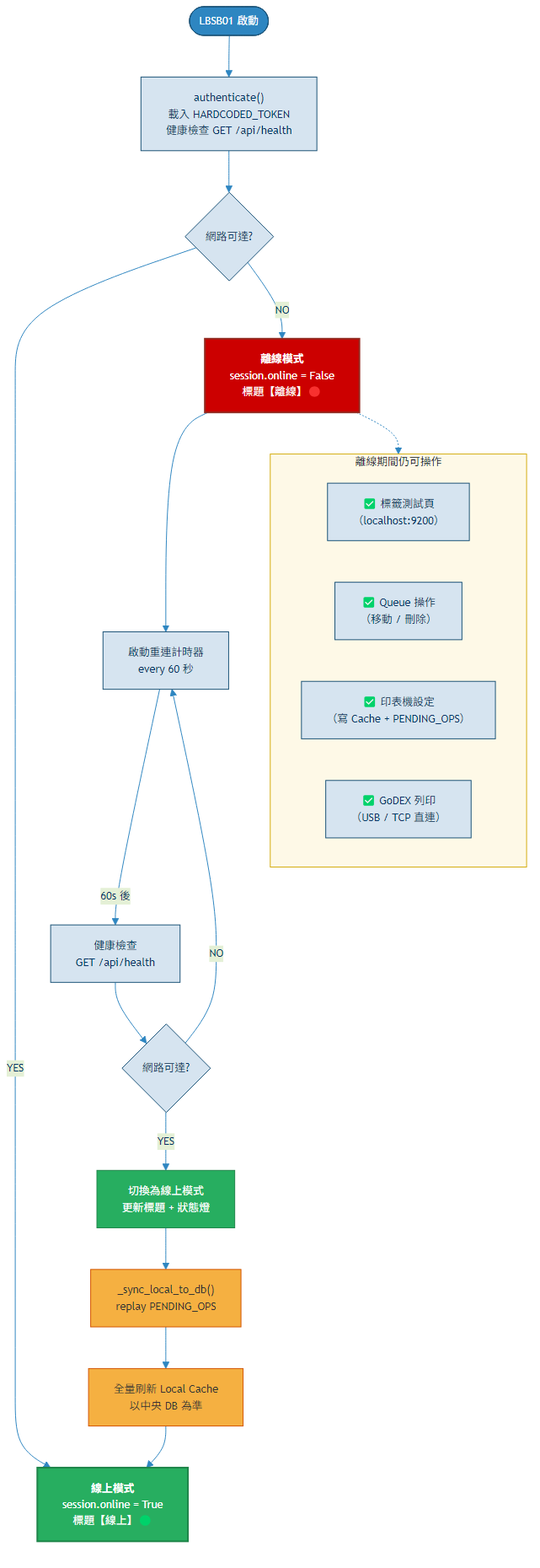
The Mermaid diagram docs/images/offline-reconnect.png in sti-fhb/LB_TBMS, before a commit. Its source is kept beside it as docs/images/offline-reconnect.mmd.
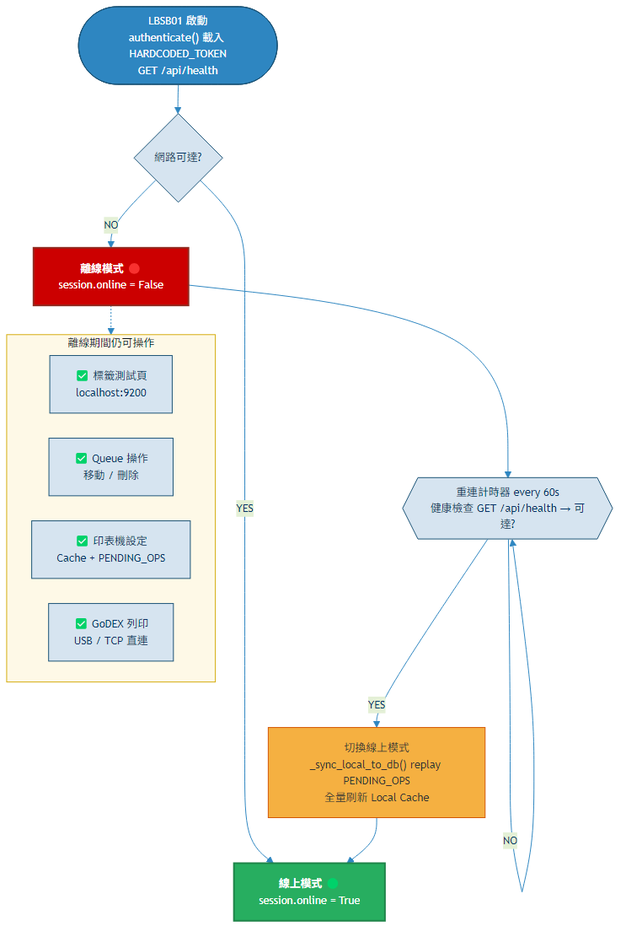
Above is the later version.

Commit message:
SPEC 變更：CP01/CP11/CP19 標籤移除部分 DATA 欄位 + offline-reconnect 改 A4

What changed in the source:
```diff
@@ -1,34 +1,27 @@
-%%{init: {'theme': 'base', 'themeVariables': {'primaryColor': '#D6E4F0', 'primaryTextColor': '#003366', 'primaryBorderColor': '#1A5276', 'lineColor': '#2E86C1', 'fontSize': '13px'}}}%%
+%%{init: {'theme': 'base', 'themeVariables': {'primaryColor': '#D6E4F0', 'primaryTextColor': '#003366', 'primaryBorderColor': '#1A5276', 'lineColor': '#2E86C1', 'fontSize': '13px'}, 'flowchart': {'nodeSpacing': 30, 'rankSpacing': 35}}}%%
 flowchart TB
-    START(["LBSB01 啟動"]) --> AUTH["authenticate()<br/>載入 HARDCODED_TOKEN<br/>健康檢查 GET /api/health"]
-    AUTH --> CHECK{網路可達?}
+    START(["LBSB01 啟動<br/>authenticate() 載入 HARDCODED_TOKEN<br/>GET /api/health"]) --> CHECK{網路可達?}
 
-    CHECK -->|YES| ONLINE["<b>線上模式</b><br/>session.online = True<br/>標題【線上】🟢"]
-    CHECK -->|NO| OFFLINE["<b>離線模式</b><br/>session.online = False<br/>標題【離線】🔴"]
+    CHECK -->|YES| ONLINE["<b>線上模式</b> 🟢<br/>session.online = True"]
+    CHECK -->|NO| OFFLINE["<b>離線模式</b> 🔴<br/>session.online = False"]
 
-    OFFLINE --> TIMER["啟動重連計時器<br/>every 60 秒"]
-    TIMER -->|"60s 後"| RETRY["健康檢查<br/>GET /api/health"]
-    RETRY --> RECHECK{網路可達?}
+    OFFLINE --> TIMER{{"重連計時器 every 60s<br/>健康檢查 GET /api/health → 可達?"}}
+    TIMER -->|NO| TIMER
+    TIMER -->|YES| SYNC["切換線上模式<br/>_sync_local_to_db() replay PENDING_OPS<br/>全量刷新 Local Cache"]
+    SYNC --> ONLINE
 
-    RECHECK -->|NO| TIMER
-    RECHECK -->|YES| SWITCH["切換為線上模式<br/>更新標題 + 狀態燈"]
-    SWITCH --> SYNC["_sync_local_to_db()<br/>replay PENDING_OPS"]
-    SYNC --> REFRESH["全量刷新 Local Cache<br/>以中央 DB 為準"]
-    REFRESH --> ONLINE
+    OFFLINE -.-> OPS
 
-    subgraph OFFLINE_OPS["離線期間仍可操作"]
-        OP1["✅ 標籤測試頁<br/>（localhost:9200）"]
-        OP2["✅ Queue 操作<br/>（移動 / 刪除）"]
-        OP3["✅ 印表機設定<br/>（寫 Cache + PENDING_OPS）"]
-        OP4["✅ GoDEX 列印<br/>（USB / TCP 直連）"]
+    subgraph OPS["離線期間仍可操作"]
+        direction LR
+        OP1["✅ 標籤測試頁<br/>localhost:9200"]
+        OP2["✅ Queue 操作<br/>移動 / 刪除"]
+        OP3["✅ 印表機設定<br/>Cache + PENDING_OPS"]
+        OP4["✅ GoDEX 列印<br/>USB / TCP 直連"]
     end
-
-    OFFLINE -.-> OFFLINE_OPS
 
     style START fill:#2E86C1,stroke:#1A5276,color:#FFF
     style ONLINE fill:#27AE60,stroke:#1E8449,color:#FFF,stroke-width:2px
     style OFFLINE fill:#CC0000,stroke:#922B21,color:#FFF,stroke-width:2px
-    style SWITCH fill:#27AE60,stroke:#1E8449,color:#FFF
     style SYNC fill:#F5B041,stroke:#D35400,color:#333
-    style REFRESH fill:#F5B041,stroke:#D35400,color:#333
-    style OFFLINE_OPS fill:#FEF9E7,stroke:#D4AC0D,stroke-width:1px
+    style OPS fill:#FEF9E7,stroke:#D4AC0D,stroke-width:1px
```
